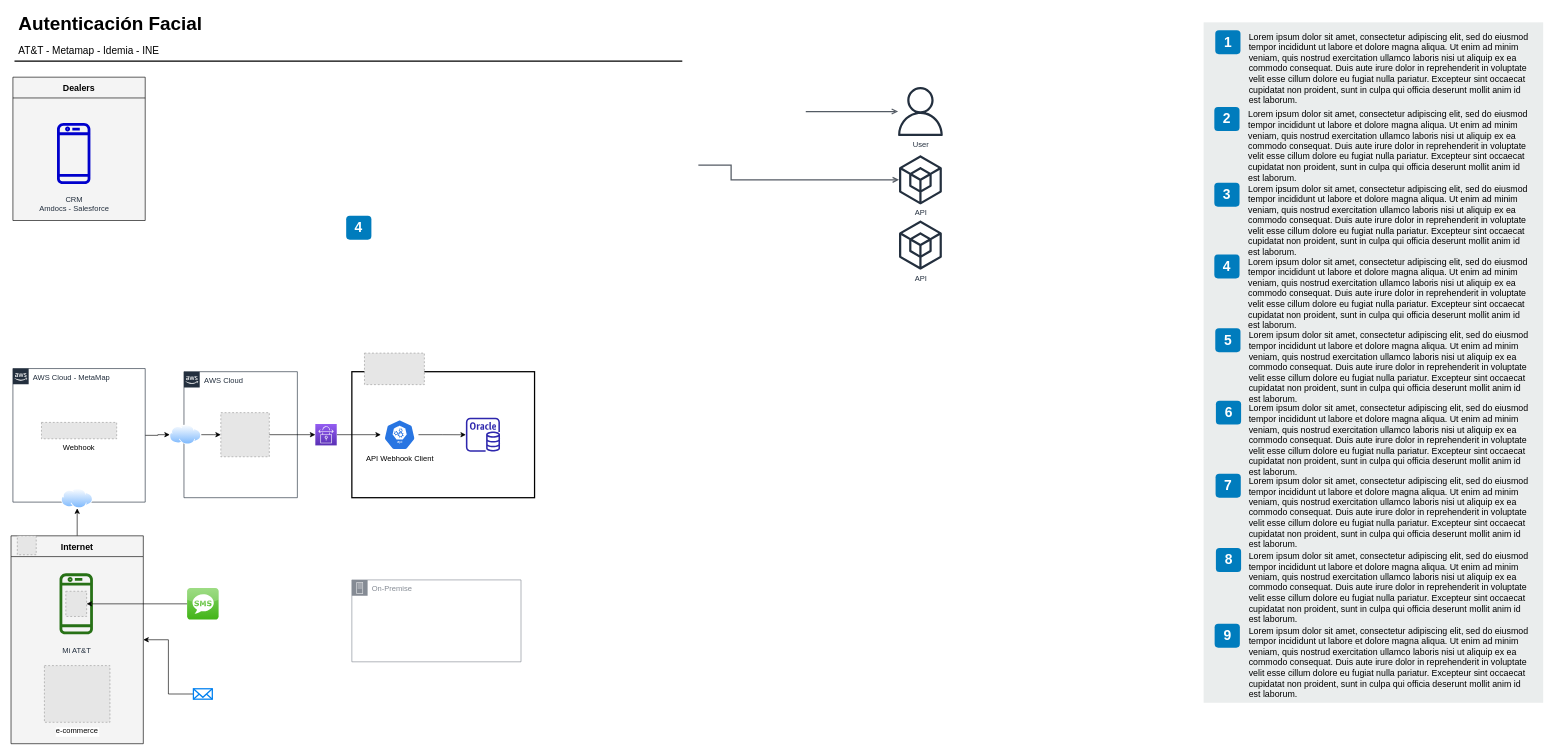
fhermq/diagrams keeps this draw.io diagram as Autenticación Facial.drawio. Above is the earlier version. Source tidied: cells renumbered, new cells numbered last; positions are measured from the earlier drawing's top-left corner, leaving out a move shared by most shapes. Both pictures are drawn from the tidied source at 63%, with x=0, y=0 at pixel (11, 10). Pictures stored in the file or linked from it are replaced by grey dashed boxes.
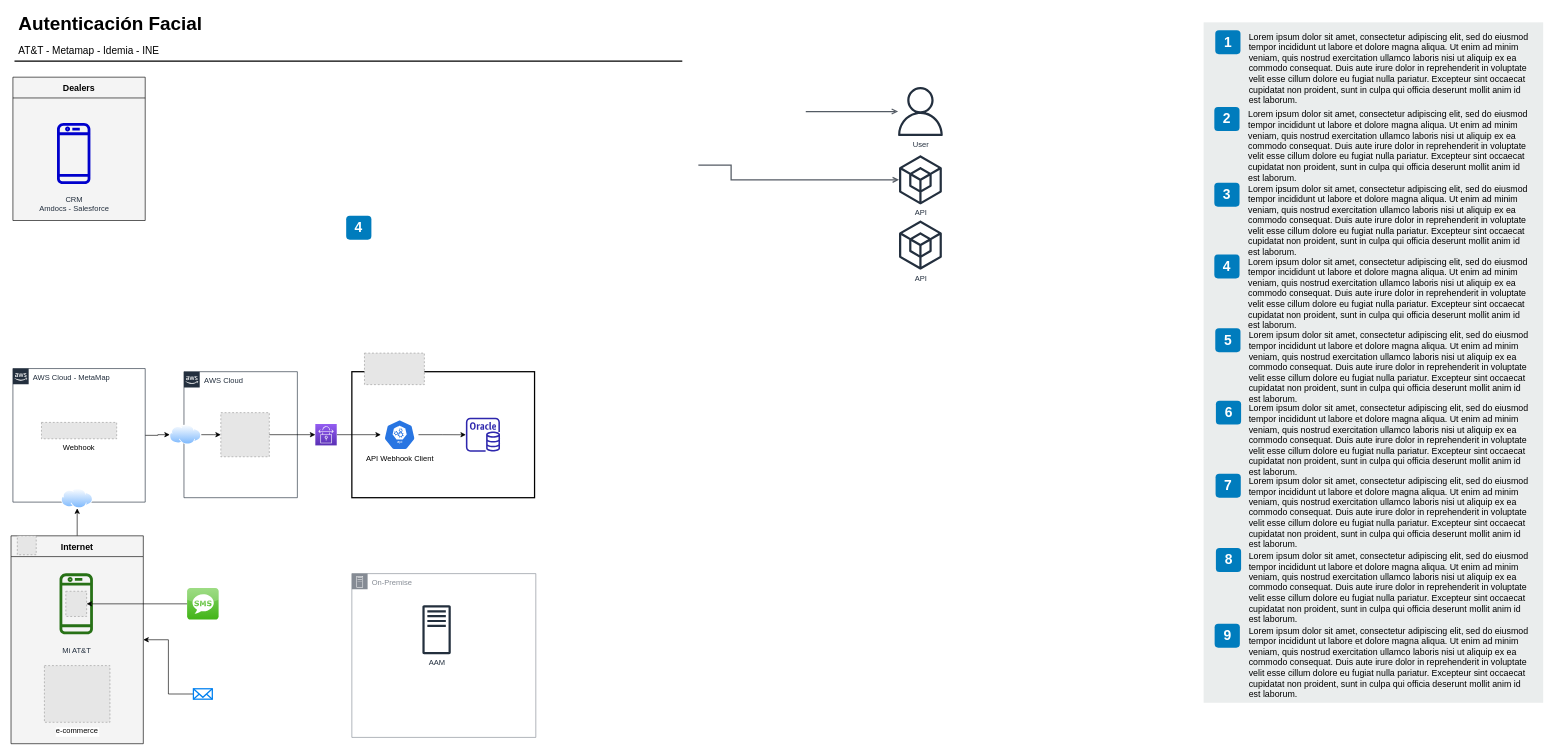
After the change.

Change to the diagram source:
```diff
@@
     <mxCell id="62" value="On-Premise" style="sketch=0;gradientColor=none;html=1;whiteSpace=wrap;fontSize=12;fontStyle=0;shape=mxgraph.aws4.group;grIcon=mxgraph.aws4.group_on_premise;strokeColor=#858B94;fillColor=none;verticalAlign=top;align=left;spacingLeft=30;fontColor=#858B94;dashed=0;" parent="1" vertex="1">
-      <mxGeometry x="541" y="904" width="268.5" height="130" as="geometry" />
+      <mxGeometry x="541" y="894" width="292" height="260" as="geometry" />
     </mxCell>
+    <mxCell id="63" value="AAM" style="sketch=0;fontColor=#232F3E;gradientColor=none;fillColor=#232F3D;strokeColor=none;dashed=0;verticalLabelPosition=bottom;verticalAlign=top;align=center;html=1;fontSize=12;fontStyle=0;shape=mxgraph.aws4.traditional_server;" parent="1" vertex="1">
+      <mxGeometry x="653" y="944" width="45" height="78" as="geometry" />
+    </mxCell>
```
